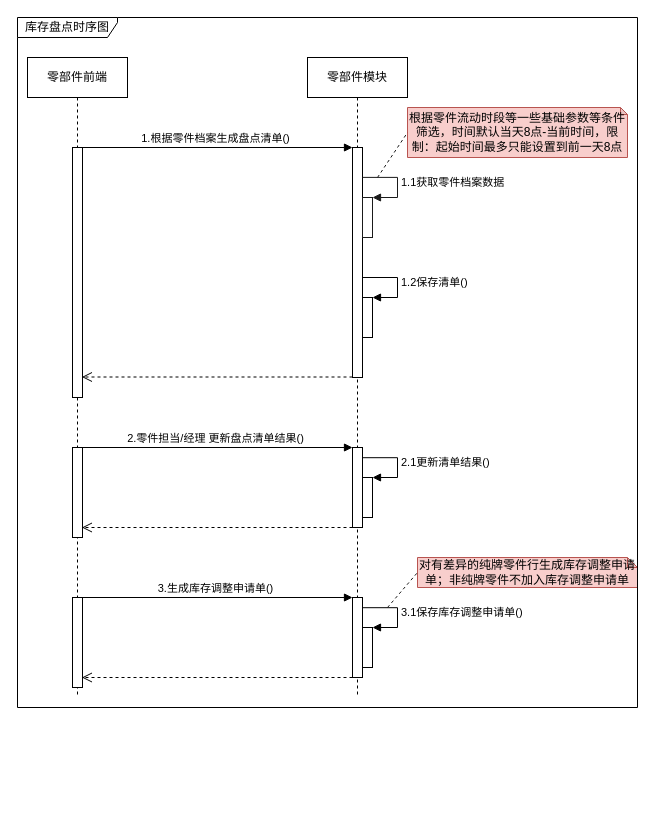
Before: page "库存盘点时序图" (1 of 6) of 库存管理-库存盘点.drawio in 1132489442/gitRepository1, a draw.io diagram. Source tidied: cells renumbered, new cells numbered last; positions are measured from the earlier drawing's top-left corner, leaving out a move shared by most shapes. Both pictures are drawn from the tidied source at 100%, with x=0, y=0 at pixel (17, 17).
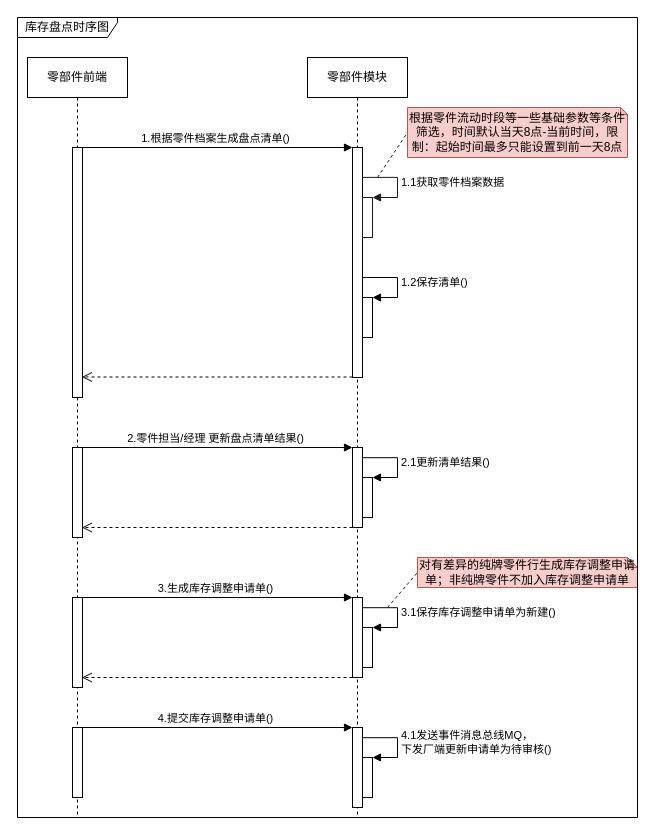
The same page after the edit.

The change refers to these unchanged cells:
```xml
<mxCell id="22" style="html=1;points=[];perimeter=orthogonalPerimeter;fillColor=#FFFFFF;" parent="1" vertex="1">
  <mxGeometry x="345" y="610" width="10" height="40" as="geometry" />
</mxCell>
```

Change to the diagram source:
```diff
@@
     <mxCell id="2" value="零部件前端" style="shape=umlLifeline;perimeter=lifelinePerimeter;whiteSpace=wrap;html=1;" parent="1" vertex="1">
-      <mxGeometry x="10" y="40" width="100" height="640" as="geometry" />
+      <mxGeometry x="10" y="40" width="100" height="760" as="geometry" />
     </mxCell>
@@
     <mxCell id="5" value="零部件模块" style="shape=umlLifeline;perimeter=lifelinePerimeter;whiteSpace=wrap;html=1;" parent="1" vertex="1">
-      <mxGeometry x="290" y="40" width="100" height="640" as="geometry" />
+      <mxGeometry x="290" y="40" width="100" height="760" as="geometry" />
     </mxCell>
@@
-    <mxCell id="23" value="3.1保存库存调整申请单()" style="edgeStyle=orthogonalEdgeStyle;html=1;align=left;spacingLeft=2;endArrow=block;rounded=0;entryX=1;entryY=0;exitX=1.022;exitY=0.128;exitDx=0;exitDy=0;exitPerimeter=0;" parent="1" edge="1" target="22">
+    <mxCell id="23" value="3.1保存库存调整申请单为新建()" style="edgeStyle=orthogonalEdgeStyle;html=1;align=left;spacingLeft=2;endArrow=block;rounded=0;entryX=1;entryY=0;exitX=1.022;exitY=0.128;exitDx=0;exitDy=0;exitPerimeter=0;" parent="1" edge="1" target="22">
       <mxGeometry relative="1" as="geometry">
         <mxPoint x="345.2" y="590.2" as="sourcePoint" />
         <Array as="points">
           <mxPoint x="380" y="590" />
           <mxPoint x="380" y="610" />
         </Array>
       </mxGeometry>
     </mxCell>
@@
     <mxCell id="28" value="库存盘点时序图" style="shape=umlFrame;whiteSpace=wrap;html=1;fillColor=#FFFFFF;width=100;height=20;" parent="1" vertex="1">
-      <mxGeometry width="620" height="690" as="geometry" />
+      <mxGeometry width="620" height="800" as="geometry" />
     </mxCell>
+    <mxCell id="29" style="html=1;perimeter=orthogonalPerimeter;" parent="1" vertex="1">
+      <mxGeometry x="55" y="710" width="10" height="70" as="geometry" />
+    </mxCell>
+    <mxCell id="30" style="html=1;perimeter=orthogonalPerimeter;fillColor=#FFFFFF;" parent="1" vertex="1">
+      <mxGeometry x="335" y="710" width="10" height="80" as="geometry" />
+    </mxCell>
+    <mxCell id="31" value="4.提交库存调整申请单()" style="html=1;verticalAlign=bottom;endArrow=block;entryX=0;entryY=0;rounded=0;" parent="1" edge="1">
+      <mxGeometry relative="1" as="geometry">
+        <mxPoint x="60" y="710" as="sourcePoint" />
+        <mxPoint x="335" y="710" as="targetPoint" />
+      </mxGeometry>
+    </mxCell>
+    <mxCell id="32" style="html=1;points=[];perimeter=orthogonalPerimeter;fillColor=#FFFFFF;" parent="1" vertex="1">
+      <mxGeometry x="345" y="740" width="10" height="40" as="geometry" />
+    </mxCell>
+    <mxCell id="33" value="4.1发送事件消息总线MQ，&lt;br&gt;下发厂端更新申请单为待审核()" style="edgeStyle=orthogonalEdgeStyle;html=1;align=left;spacingLeft=2;endArrow=block;rounded=0;entryX=1;entryY=0;exitX=1.022;exitY=0.128;exitDx=0;exitDy=0;exitPerimeter=0;" parent="1" edge="1" target="32">
+      <mxGeometry relative="1" as="geometry">
+        <mxPoint x="345.2" y="720.2" as="sourcePoint" />
+        <Array as="points">
+          <mxPoint x="380" y="720" />
+          <mxPoint x="380" y="740" />
+        </Array>
+      </mxGeometry>
+    </mxCell>
```
